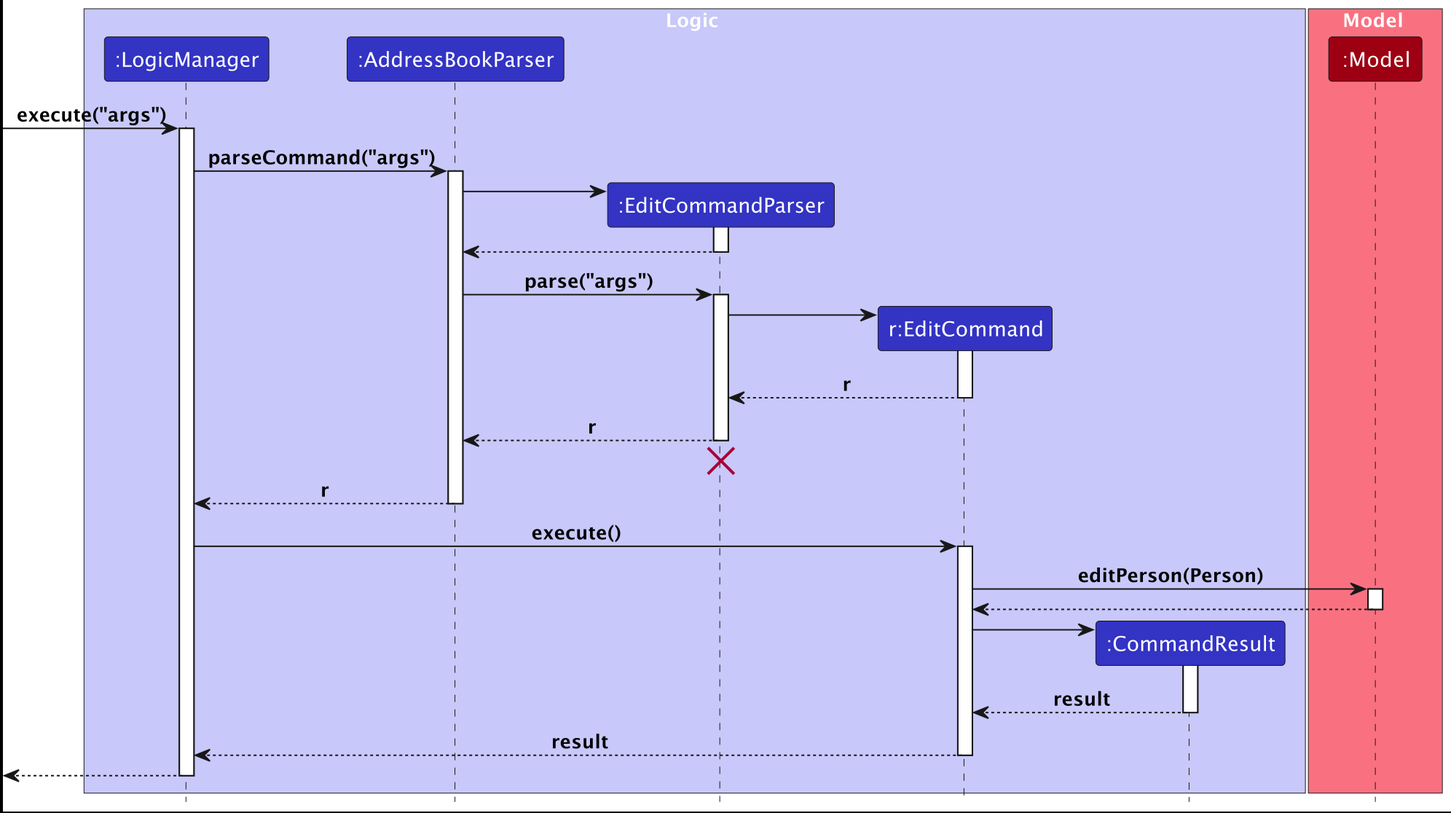
Above: docs/images/EditCommandSequenceDiagram.png in nus-cs2103-AY2425S1/tp (PlantUML), before the change. Its source is kept beside it as docs/diagrams/EditCommandSequenceDiagram.puml. Source of this version:
```plantuml
@startuml
!include style.puml

box Logic LOGIC_COLOR_T1
participant ":LogicManager" as LogicManager LOGIC_COLOR
participant ":AddressBookParser" as AddressBookParser LOGIC_COLOR
participant ":EditCommandParser" as EditCommandParser LOGIC_COLOR
participant "r:EditCommand" as EditCommand LOGIC_COLOR
participant ":CommandResult" as CommandResult LOGIC_COLOR
end box

box Model MODEL_COLOR_T1
participant ":Model" as Model MODEL_COLOR
end box

[-> LogicManager : execute("args")
activate LogicManager

LogicManager -> AddressBookParser : parseCommand("args")
activate AddressBookParser

create EditCommandParser
AddressBookParser -> EditCommandParser
activate EditCommandParser

EditCommandParser --> AddressBookParser
deactivate EditCommandParser

AddressBookParser -> EditCommandParser : parse("args")
activate EditCommandParser

create EditCommand
EditCommandParser -> EditCommand
activate EditCommand

EditCommand --> EditCommandParser : r
deactivate EditCommand

EditCommandParser --> AddressBookParser : r
deactivate EditCommandParser

EditCommandParser -[hidden]-> AddressBookParser
destroy EditCommandParser

AddressBookParser --> LogicManager : r
deactivate AddressBookParser

LogicManager -> EditCommand : execute()
activate EditCommand

EditCommand -> Model : editPerson(Person)
activate Model

Model --> EditCommand
deactivate Model

create CommandResult
EditCommand -> CommandResult
activate CommandResult

CommandResult --> EditCommand : result
deactivate CommandResult

EditCommand --> LogicManager : result
deactivate EditCommand

[<-- LogicManager
deactivate LogicManager
@enduml
```
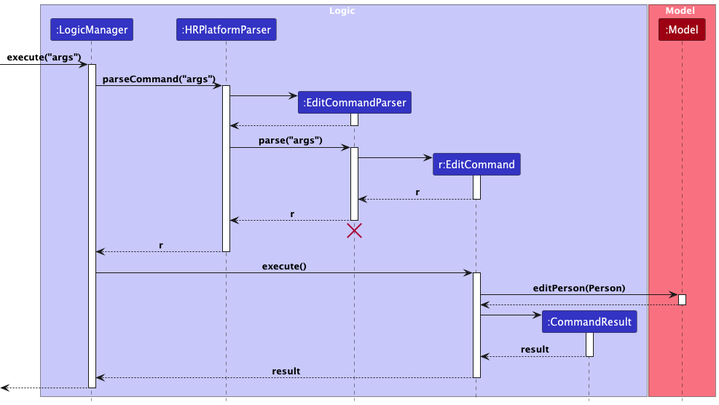
The same file after the commit.

Diff of the diagram source:
```diff
@@ -3,7 +3,7 @@
 
 box Logic LOGIC_COLOR_T1
 participant ":LogicManager" as LogicManager LOGIC_COLOR
-participant ":AddressBookParser" as AddressBookParser LOGIC_COLOR
+participant ":HRPlatformParser" as HRPlatformParser LOGIC_COLOR
 participant ":EditCommandParser" as EditCommandParser LOGIC_COLOR
 participant "r:EditCommand" as EditCommand LOGIC_COLOR
 participant ":CommandResult" as CommandResult LOGIC_COLOR
@@ -16,17 +16,17 @@
 [-> LogicManager : execute("args")
 activate LogicManager
 
-LogicManager -> AddressBookParser : parseCommand("args")
-activate AddressBookParser
+LogicManager -> HRPlatformParser : parseCommand("args")
+activate HRPlatformParser
 
 create EditCommandParser
-AddressBookParser -> EditCommandParser
+HRPlatformParser -> EditCommandParser
 activate EditCommandParser
 
-EditCommandParser --> AddressBookParser
+EditCommandParser --> HRPlatformParser
 deactivate EditCommandParser
 
-AddressBookParser -> EditCommandParser : parse("args")
+HRPlatformParser -> EditCommandParser : parse("args")
 activate EditCommandParser
 
 create EditCommand
@@ -36,14 +36,14 @@
 EditCommand --> EditCommandParser : r
 deactivate EditCommand
 
-EditCommandParser --> AddressBookParser : r
+EditCommandParser --> HRPlatformParser : r
 deactivate EditCommandParser
 
-EditCommandParser -[hidden]-> AddressBookParser
+EditCommandParser -[hidden]-> HRPlatformParser
 destroy EditCommandParser
 
-AddressBookParser --> LogicManager : r
-deactivate AddressBookParser
+HRPlatformParser --> LogicManager : r
+deactivate HRPlatformParser
 
 LogicManager -> EditCommand : execute()
 activate EditCommand
```
